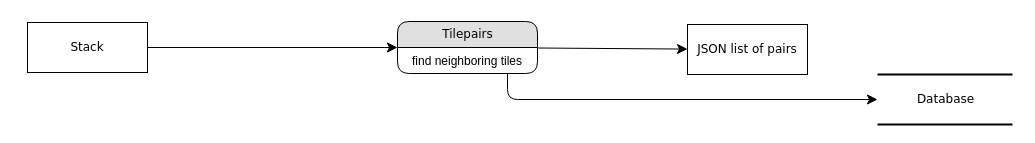
martinschorb/present keeps this draw.io diagram as job/img/render_flow1.drawio. Above is the earlier version. Source tidied: cells renumbered, new cells numbered last; positions are measured from the earlier drawing's top-left corner, leaving out a move shared by most shapes. Both pictures are drawn from the tidied source at 100%, with x=0, y=0 at pixel (27, 21).
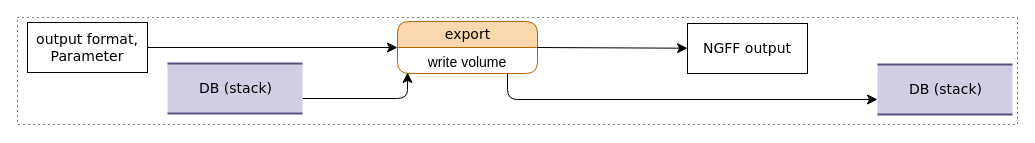
The same page after the edit.

Change to the diagram source:
```diff
@@
 <mxGraphModel>
   <root>
     <mxCell id="0" />
     <mxCell id="1" parent="0" />
+    <mxCell id="10" style="rounded=0;whiteSpace=wrap;html=1;fillColor=none;fontSize=14;dashed=1;dashPattern=1 4;" parent="1" vertex="1">
+      <mxGeometry x="-10" y="-4" width="1000" height="107" as="geometry" />
+    </mxCell>
-    <mxCell id="2" value="Database" style="html=1;rounded=0;shadow=0;comic=0;labelBackgroundColor=none;strokeWidth=2;fontFamily=Verdana;fontSize=12;align=center;shape=mxgraph.ios7ui.horLines;" parent="1" vertex="1">
-      <mxGeometry x="850" y="53" width="135" height="50" as="geometry" />
+    <mxCell id="2" value="DB (stack)" style="html=1;rounded=0;shadow=0;comic=0;labelBackgroundColor=none;strokeWidth=2;fontFamily=Verdana;fontSize=14;align=center;shape=mxgraph.ios7ui.horLines;fillColor=#d0cee2;strokeColor=#56517e;" parent="1" vertex="1">
+      <mxGeometry x="850" y="43" width="135" height="50" as="geometry" />
     </mxCell>
-    <mxCell id="3" value="JSON list of pairs" style="whiteSpace=wrap;html=1;rounded=0;shadow=0;comic=0;labelBackgroundColor=none;strokeWidth=1;fontFamily=Verdana;fontSize=12;align=center;" parent="1" vertex="1">
-      <mxGeometry x="660" y="3" width="120" height="50" as="geometry" />
-    </mxCell>
-    <mxCell id="4" style="edgeStyle=none;html=1;labelBackgroundColor=none;startFill=0;startSize=8;endFill=1;endSize=8;fontFamily=Verdana;fontSize=12;" parent="1" edge="1" source="5" target="8">
+    <mxCell id="4" style="edgeStyle=none;html=1;labelBackgroundColor=none;startFill=0;startSize=8;endFill=1;endSize=8;fontFamily=Verdana;fontSize=14;" parent="1" edge="1" source="5" target="8">
       <mxGeometry relative="1" as="geometry" />
     </mxCell>
-    <mxCell id="5" value="Stack" style="whiteSpace=wrap;html=1;rounded=0;shadow=0;comic=0;labelBackgroundColor=none;strokeWidth=1;fontFamily=Verdana;fontSize=12;align=center;" parent="1" vertex="1">
+    <mxCell id="5" value="output format, Parameter" style="whiteSpace=wrap;html=1;rounded=0;shadow=0;comic=0;labelBackgroundColor=none;strokeWidth=1;fontFamily=Verdana;fontSize=14;align=center;" parent="1" vertex="1">
       <mxGeometry y="1" width="120" height="50" as="geometry" />
     </mxCell>
-    <mxCell id="6" style="edgeStyle=none;html=1;labelBackgroundColor=none;startFill=0;startSize=8;endFill=1;endSize=8;fontFamily=Verdana;fontSize=12;" parent="1" edge="1" source="8" target="3">
-      <mxGeometry relative="1" as="geometry" />
-    </mxCell>
-    <mxCell id="7" style="edgeStyle=orthogonalEdgeStyle;html=1;labelBackgroundColor=none;startFill=0;startSize=8;endFill=1;endSize=8;fontFamily=Verdana;fontSize=12;" parent="1" edge="1" source="8" target="2">
+    <mxCell id="7" style="edgeStyle=orthogonalEdgeStyle;html=1;labelBackgroundColor=none;startFill=0;startSize=8;endFill=1;endSize=8;fontFamily=Verdana;fontSize=14;" parent="1" edge="1" source="8" target="2">
       <mxGeometry relative="1" as="geometry">
         <Array as="points">
           <mxPoint x="480" y="78" />
         </Array>
       </mxGeometry>
     </mxCell>
-    <mxCell id="8" value="Tilepairs" style="swimlane;html=1;fontStyle=0;horizontal=1;startSize=26;fillColor=#e0e0e0;swimlaneFillColor=#ffffff;align=center;rounded=1;shadow=0;comic=0;labelBackgroundColor=none;strokeWidth=1;fontFamily=Verdana;fontSize=12;" parent="1" vertex="1">
+    <mxCell id="8" value="export" style="swimlane;html=1;fontStyle=0;horizontal=1;startSize=26;fillColor=#fad7ac;swimlaneFillColor=#ffffff;align=center;rounded=1;shadow=0;comic=0;labelBackgroundColor=none;strokeWidth=1;fontFamily=Verdana;fontSize=14;strokeColor=#b46504;" parent="1" vertex="1">
       <mxGeometry x="370" width="140" height="52" as="geometry" />
     </mxCell>
-    <mxCell id="9" value="find neighboring tiles" style="text;html=1;strokeColor=none;fillColor=none;spacingLeft=4;spacingRight=4;whiteSpace=wrap;overflow=hidden;align=center;" parent="8" vertex="1">
+    <mxCell id="9" value="write volume" style="text;html=1;strokeColor=none;fillColor=none;spacingLeft=4;spacingRight=4;whiteSpace=wrap;overflow=hidden;align=center;fontSize=14;" parent="8" vertex="1">
       <mxGeometry y="26" width="140" height="26" as="geometry" />
     </mxCell>
+    <mxCell id="11" style="edgeStyle=orthogonalEdgeStyle;html=1;labelBackgroundColor=none;startFill=0;startSize=8;endFill=1;endSize=8;fontFamily=Verdana;fontSize=14;" parent="1" edge="1">
+      <mxGeometry relative="1" as="geometry">
+        <mxPoint x="275" y="77" as="sourcePoint" />
+        <mxPoint x="380" y="51" as="targetPoint" />
+        <Array as="points">
+          <mxPoint x="380" y="77" />
+        </Array>
+      </mxGeometry>
+    </mxCell>
+    <mxCell id="12" value="DB (stack)" style="html=1;rounded=0;shadow=0;comic=0;labelBackgroundColor=none;strokeWidth=2;fontFamily=Verdana;fontSize=14;align=center;shape=mxgraph.ios7ui.horLines;fillColor=#d0cee2;strokeColor=#56517e;" parent="1" vertex="1">
+      <mxGeometry x="140" y="42" width="135" height="50" as="geometry" />
+    </mxCell>
+    <mxCell id="13" value="NGFF output" style="whiteSpace=wrap;html=1;rounded=0;shadow=0;comic=0;labelBackgroundColor=none;strokeWidth=1;fontFamily=Verdana;fontSize=14;align=center;" parent="1" vertex="1">
+      <mxGeometry x="660" y="2" width="120" height="50" as="geometry" />
+    </mxCell>
+    <mxCell id="14" style="edgeStyle=none;html=1;labelBackgroundColor=none;startFill=0;startSize=8;endFill=1;endSize=8;fontFamily=Verdana;fontSize=14;" parent="1" edge="1" target="13">
+      <mxGeometry relative="1" as="geometry">
+        <mxPoint x="510" y="26" as="sourcePoint" />
+      </mxGeometry>
+    </mxCell>
   </root>
 </mxGraphModel>
```
